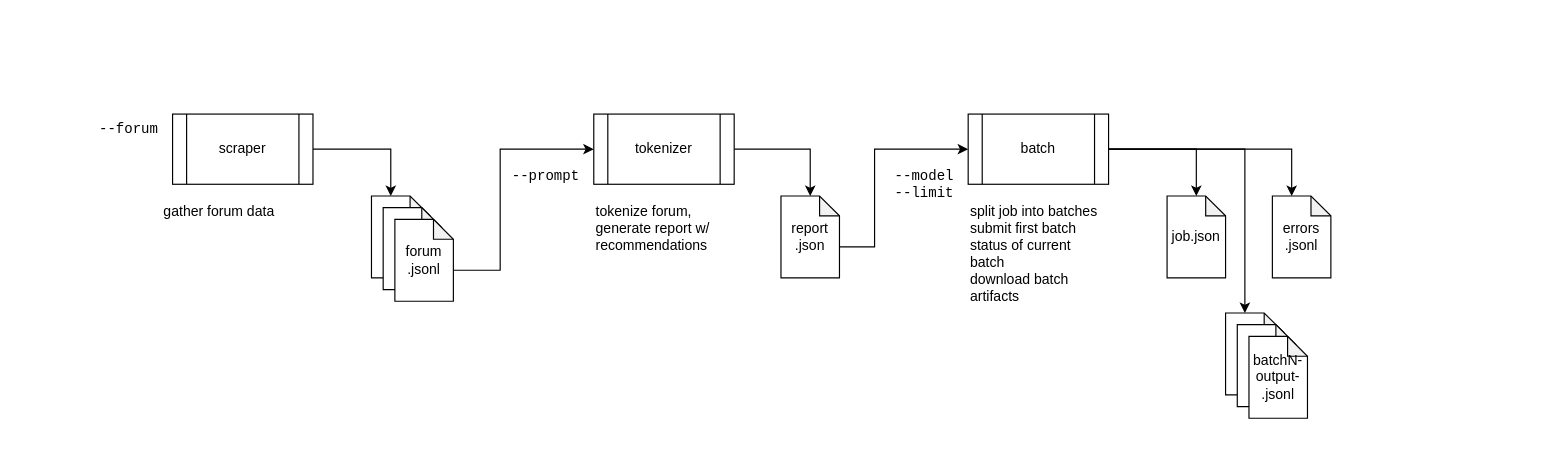
eulaly/vath keeps this draw.io diagram as docs/pipeline-v1.2.3.drawio. Above is the earlier version. Source tidied: cells renumbered, new cells numbered last; positions are measured from the earlier drawing's top-left corner, leaving out a move shared by most shapes. Both pictures are drawn from the tidied source at 117%, with x=0, y=0 at pixel (20, 113).
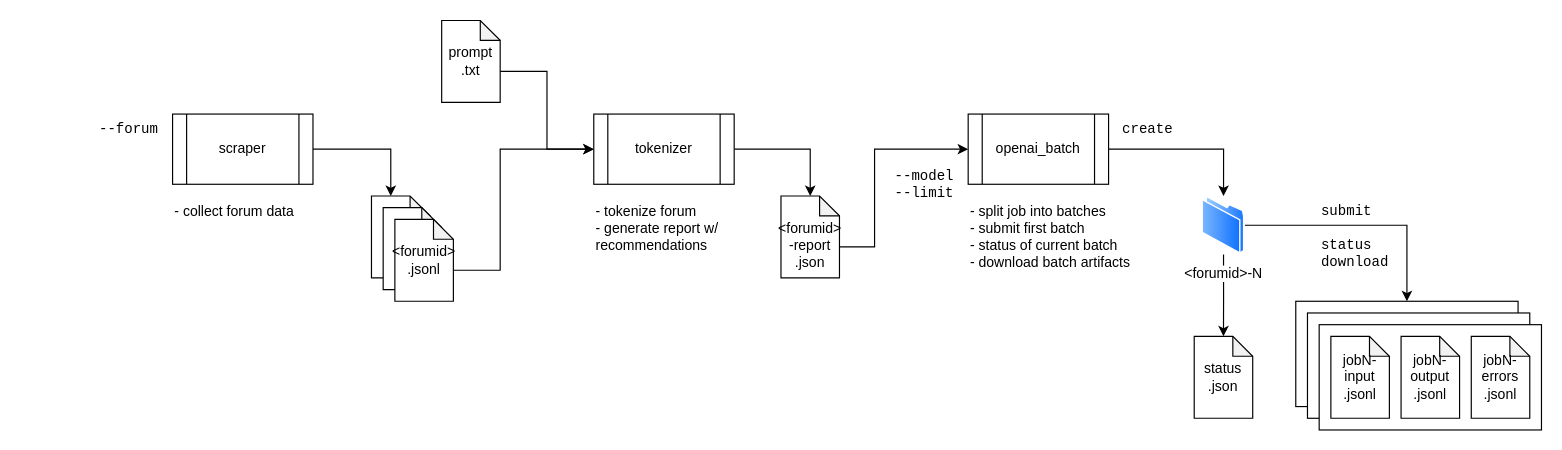
The same diagram, later.

The change refers to these unchanged cells:
```xml
<mxCell id="5" value="tokenizer" style="shape=process;whiteSpace=wrap;html=1;backgroundOutline=1;" parent="1" vertex="1">
  <mxGeometry x="490" width="120" height="60" as="geometry" />
</mxCell>
```

The edit, as a diff of the source:
```diff
@@
+    <mxCell id="27" style="rounded=0;whiteSpace=wrap;html=1;" parent="1" vertex="1">
+      <mxGeometry x="1090" y="160" width="190" height="90" as="geometry" />
+    </mxCell>
+    <mxCell id="28" style="rounded=0;whiteSpace=wrap;html=1;" parent="1" vertex="1">
+      <mxGeometry x="1100" y="170" width="190" height="90" as="geometry" />
+    </mxCell>
+    <mxCell id="29" style="rounded=0;whiteSpace=wrap;html=1;" parent="1" vertex="1">
+      <mxGeometry x="1110" y="180" width="190" height="90" as="geometry" />
+    </mxCell>
@@
-    <mxCell id="6" value="gather forum data" style="text;html=1;whiteSpace=wrap;strokeColor=none;fillColor=none;align=center;verticalAlign=top;rounded=0;" parent="1" vertex="1">
-      <mxGeometry x="110" y="70" width="120" height="60" as="geometry" />
+    <mxCell id="6" value="&lt;div align=&quot;left&quot;&gt;- collect forum data&lt;/div&gt;" style="text;html=1;whiteSpace=wrap;strokeColor=none;fillColor=none;align=left;verticalAlign=top;rounded=0;" parent="1" vertex="1">
+      <mxGeometry x="130" y="70" width="120" height="60" as="geometry" />
     </mxCell>
-    <mxCell id="7" value="&lt;div&gt;tokenize forum,&lt;/div&gt;&lt;div&gt;generate report w/&lt;/div&gt;&lt;div&gt;recommendations&lt;/div&gt;" style="text;html=1;whiteSpace=wrap;strokeColor=none;fillColor=none;align=left;verticalAlign=top;rounded=0;" parent="1" vertex="1">
+    <mxCell id="7" value="&lt;div&gt;- tokenize forum&lt;/div&gt;&lt;div&gt;- generate report w/&lt;/div&gt;&lt;div&gt;recommendations&lt;/div&gt;" style="text;html=1;whiteSpace=wrap;strokeColor=none;fillColor=none;align=left;verticalAlign=top;rounded=0;" parent="1" vertex="1">
       <mxGeometry x="490" y="70" width="120" height="60" as="geometry" />
     </mxCell>
-    <mxCell id="8" style="edgeStyle=orthogonalEdgeStyle;rounded=0;jettySize=auto;html=1;exitX=1;exitY=0.5;exitDx=0;exitDy=0;entryX=0.5;entryY=0;entryDx=0;entryDy=0;entryPerimeter=0;" parent="1" edge="1" source="9" target="20">
+    <mxCell id="8" style="edgeStyle=orthogonalEdgeStyle;rounded=0;jettySize=auto;html=1;exitX=1;exitY=0.5;exitDx=0;exitDy=0;entryX=0.5;entryY=0;entryDx=0;entryDy=0;" parent="1" edge="1" source="9" target="37">
       <mxGeometry relative="1" as="geometry" />
     </mxCell>
-    <mxCell id="9" value="batch" style="shape=process;whiteSpace=wrap;html=1;backgroundOutline=1;" parent="1" vertex="1">
+    <mxCell id="9" value="openai_batch" style="shape=process;whiteSpace=wrap;html=1;backgroundOutline=1;" parent="1" vertex="1">
       <mxGeometry x="810" width="120" height="60" as="geometry" />
     </mxCell>
@@
-    <mxCell id="12" value="--prompt" style="text;html=1;whiteSpace=wrap;strokeColor=none;fillColor=none;align=right;verticalAlign=top;rounded=0;fontFamily=Courier New;" parent="1" vertex="1">
-      <mxGeometry x="360" y="40" width="120" height="60" as="geometry" />
-    </mxCell>
-    <mxCell id="13" value="&lt;div&gt;split job into batches&lt;/div&gt;&lt;div&gt;submit first batch&lt;/div&gt;&lt;div&gt;status of current batch&lt;/div&gt;&lt;div&gt;download batch artifacts&lt;/div&gt;" style="text;html=1;whiteSpace=wrap;strokeColor=none;fillColor=none;align=left;verticalAlign=top;rounded=0;" parent="1" vertex="1">
-      <mxGeometry x="810" y="70" width="120" height="60" as="geometry" />
+    <mxCell id="13" value="&lt;div&gt;- split job into batches&lt;/div&gt;&lt;div&gt;- submit first batch&lt;/div&gt;&lt;div&gt;- status of current batch&lt;/div&gt;&lt;div&gt;- download batch artifacts&lt;/div&gt;" style="text;html=1;whiteSpace=wrap;strokeColor=none;fillColor=none;align=left;verticalAlign=top;rounded=0;" parent="1" vertex="1">
+      <mxGeometry x="810" y="70" width="140" height="70" as="geometry" />
     </mxCell>
@@
-    <mxCell id="17" value="&lt;div&gt;forum&lt;/div&gt;&lt;div&gt;.jsonl&lt;/div&gt;" style="shape=note;whiteSpace=wrap;html=1;backgroundOutline=1;darkOpacity=0.05;size=17;" parent="1" vertex="1">
+    <mxCell id="17" value="&lt;div&gt;&amp;lt;forumid&amp;gt;&lt;/div&gt;&lt;div&gt;.jsonl&lt;/div&gt;" style="shape=note;whiteSpace=wrap;html=1;backgroundOutline=1;darkOpacity=0.05;size=17;" parent="1" vertex="1">
       <mxGeometry x="320" y="90" width="50" height="70" as="geometry" />
     </mxCell>
@@
-    <mxCell id="19" value="&lt;div&gt;report&lt;/div&gt;&lt;div&gt;.json&lt;/div&gt;" style="shape=note;whiteSpace=wrap;html=1;backgroundOutline=1;darkOpacity=0.05;size=17;" parent="1" vertex="1">
+    <mxCell id="19" value="&lt;div&gt;&lt;br&gt;&lt;/div&gt;&lt;div&gt;&amp;lt;forumid&amp;gt;&lt;br&gt;-report&lt;/div&gt;&lt;div&gt;.json&lt;/div&gt;" style="shape=note;whiteSpace=wrap;html=1;backgroundOutline=1;darkOpacity=0.05;size=17;" parent="1" vertex="1">
       <mxGeometry x="650" y="70" width="50" height="70" as="geometry" />
     </mxCell>
-    <mxCell id="20" value="job.json" style="shape=note;whiteSpace=wrap;html=1;backgroundOutline=1;darkOpacity=0.05;size=17;" parent="1" vertex="1">
-      <mxGeometry x="980" y="70" width="50" height="70" as="geometry" />
+    <mxCell id="20" value="&lt;div&gt;status&lt;/div&gt;&lt;div&gt;.json&lt;/div&gt;" style="shape=note;whiteSpace=wrap;html=1;backgroundOutline=1;darkOpacity=0.05;size=17;" parent="1" vertex="1">
+      <mxGeometry x="1003.2" y="190" width="50" height="70" as="geometry" />
     </mxCell>
-    <mxCell id="21" style="shape=note;whiteSpace=wrap;html=1;backgroundOutline=1;darkOpacity=0.05;size=17;" parent="1" vertex="1">
-      <mxGeometry x="1030" y="170" width="50" height="70" as="geometry" />
-    </mxCell>
-    <mxCell id="22" style="shape=note;whiteSpace=wrap;html=1;backgroundOutline=1;darkOpacity=0.05;size=17;" parent="1" vertex="1">
-      <mxGeometry x="1040" y="180" width="50" height="70" as="geometry" />
-    </mxCell>
-    <mxCell id="23" value="&lt;div&gt;batchN-&lt;/div&gt;&lt;div&gt;output-&lt;/div&gt;&lt;div&gt;.jsonl&lt;/div&gt;" style="shape=note;whiteSpace=wrap;html=1;backgroundOutline=1;darkOpacity=0.05;size=17;" parent="1" vertex="1">
-      <mxGeometry x="1050" y="190" width="50" height="70" as="geometry" />
+    <mxCell id="23" value="&lt;div&gt;jobN-&lt;/div&gt;&lt;div&gt;output&lt;/div&gt;&lt;div&gt;.jsonl&lt;/div&gt;" style="shape=note;whiteSpace=wrap;html=1;backgroundOutline=1;darkOpacity=0.05;size=17;" parent="1" vertex="1">
+      <mxGeometry x="1180" y="190" width="50" height="70" as="geometry" />
     </mxCell>
-    <mxCell id="24" value="&lt;div&gt;errors&lt;/div&gt;&lt;div&gt;.jsonl&lt;/div&gt;" style="shape=note;whiteSpace=wrap;html=1;backgroundOutline=1;darkOpacity=0.05;size=17;" parent="1" vertex="1">
-      <mxGeometry x="1070" y="70" width="50" height="70" as="geometry" />
+    <mxCell id="24" value="&lt;div&gt;jobN-errors&lt;/div&gt;&lt;div&gt;.jsonl&lt;/div&gt;" style="shape=note;whiteSpace=wrap;html=1;backgroundOutline=1;darkOpacity=0.05;size=17;" parent="1" vertex="1">
+      <mxGeometry x="1240" y="190" width="50" height="70" as="geometry" />
     </mxCell>
-    <mxCell id="25" style="edgeStyle=orthogonalEdgeStyle;rounded=0;jettySize=auto;html=1;exitX=1;exitY=0.5;exitDx=0;exitDy=0;entryX=0;entryY=0;entryDx=16.5;entryDy=0;entryPerimeter=0;" parent="1" edge="1" source="9" target="21">
-      <mxGeometry relative="1" as="geometry" />
-    </mxCell>
-    <mxCell id="26" style="edgeStyle=orthogonalEdgeStyle;rounded=0;jettySize=auto;html=1;exitX=1;exitY=0.5;exitDx=0;exitDy=0;entryX=0;entryY=0;entryDx=16.5;entryDy=0;entryPerimeter=0;" parent="1" edge="1" source="9" target="24">
-      <mxGeometry relative="1" as="geometry" />
-    </mxCell>
+    <mxCell id="30" value="&lt;div&gt;jobN-&lt;/div&gt;&lt;div&gt;input&lt;/div&gt;&lt;div&gt;.jsonl&lt;/div&gt;" style="shape=note;whiteSpace=wrap;html=1;backgroundOutline=1;darkOpacity=0.05;size=17;" parent="1" vertex="1">
+      <mxGeometry x="1120" y="190" width="50" height="70" as="geometry" />
+    </mxCell>
+    <mxCell id="31" style="edgeStyle=orthogonalEdgeStyle;rounded=0;jettySize=auto;html=1;exitX=0;exitY=0;exitDx=50;exitDy=43.5;exitPerimeter=0;entryX=0;entryY=0.5;entryDx=0;entryDy=0;" parent="1" edge="1" source="32" target="5">
+      <mxGeometry relative="1" as="geometry" />
+    </mxCell>
+    <mxCell id="32" value="&lt;div&gt;prompt&lt;/div&gt;&lt;div&gt;.txt&lt;/div&gt;" style="shape=note;whiteSpace=wrap;html=1;backgroundOutline=1;darkOpacity=0.05;size=17;" parent="1" vertex="1">
+      <mxGeometry x="360" y="-80" width="50" height="70" as="geometry" />
+    </mxCell>
+    <mxCell id="33" value="create" style="text;html=1;whiteSpace=wrap;strokeColor=none;fillColor=none;align=left;verticalAlign=top;rounded=0;fontFamily=Courier New;" parent="1" vertex="1">
+      <mxGeometry x="940" width="120" height="20" as="geometry" />
+    </mxCell>
+    <mxCell id="34" value="&lt;div&gt;submit&lt;/div&gt;&lt;div&gt;&lt;br&gt;&lt;/div&gt;&lt;div&gt;status&lt;/div&gt;&lt;div&gt;download&lt;/div&gt;" style="text;html=1;whiteSpace=wrap;strokeColor=none;fillColor=none;align=left;verticalAlign=top;rounded=0;fontFamily=Courier New;" parent="1" vertex="1">
+      <mxGeometry x="1110" y="70" width="120" height="60" as="geometry" />
+    </mxCell>
+    <mxCell id="35" style="edgeStyle=orthogonalEdgeStyle;rounded=0;jettySize=auto;html=1;" parent="1" edge="1" source="37" target="20">
+      <mxGeometry relative="1" as="geometry" />
+    </mxCell>
+    <mxCell id="36" style="edgeStyle=orthogonalEdgeStyle;rounded=0;jettySize=auto;html=1;entryX=0.5;entryY=0;entryDx=0;entryDy=0;" parent="1" edge="1" source="37" target="27">
+      <mxGeometry relative="1" as="geometry" />
+    </mxCell>
+    <mxCell id="37" value="&amp;lt;forumid&amp;gt;-N" style="image;perimeter=ellipsePerimeter;html=1;align=center;shadow=0;dashed=0;spacingTop=3;image=img/lib/active_directory/folder.svg;" parent="1" vertex="1">
+      <mxGeometry x="1010" y="70" width="36.5" height="50" as="geometry" />
+    </mxCell>
```
